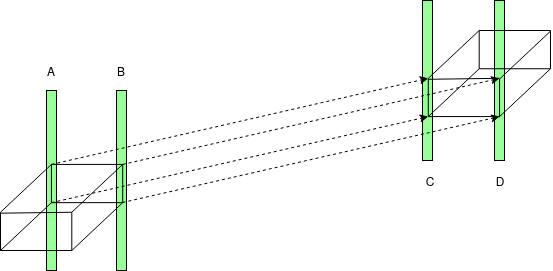
Soockee/bachelor-thesis keeps this draw.io diagram as img/Problembeschreibung/flamegraph_3D_closing.png. Above is the earlier version. Source tidied: cells renumbered, new cells last; positions are measured from the earlier drawing's top-left corner, leaving out a move shared by most shapes.
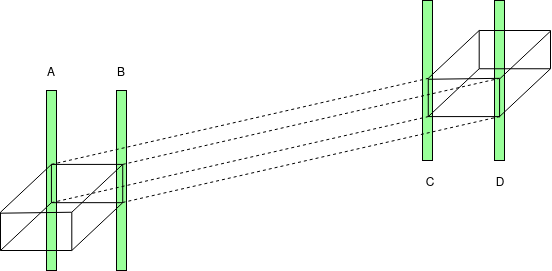
The same diagram one commit later.

What changed in the source:
```diff
@@ -134,25 +134,25 @@
         <mxPoint x="478.7" y="30" as="targetPoint" />
       </mxGeometry>
     </mxCell>
-    <mxCell id="26" style="endArrow=classic;html=1;dashed=1;" parent="1" edge="1">
+    <mxCell id="26" style="endArrow=none;html=1;dashed=1;endFill=0;" parent="1" edge="1">
       <mxGeometry relative="1" as="geometry">
         <mxPoint x="50.9" y="202.2" as="sourcePoint" />
         <mxPoint x="427.8" y="116.1" as="targetPoint" />
       </mxGeometry>
     </mxCell>
-    <mxCell id="27" style="endArrow=classic;html=1;dashed=1;" parent="1" edge="1">
+    <mxCell id="27" style="endArrow=none;html=1;dashed=1;endFill=0;" parent="1" edge="1">
       <mxGeometry relative="1" as="geometry">
         <mxPoint x="122" y="202" as="sourcePoint" />
         <mxPoint x="499.1" y="116.1" as="targetPoint" />
       </mxGeometry>
     </mxCell>
-    <mxCell id="28" style="endArrow=classic;html=1;dashed=1;" parent="1" edge="1">
+    <mxCell id="28" style="endArrow=none;html=1;dashed=1;endFill=0;" parent="1" edge="1">
       <mxGeometry relative="1" as="geometry">
         <mxPoint x="122.2" y="163.9" as="sourcePoint" />
         <mxPoint x="499.1" y="77.8" as="targetPoint" />
       </mxGeometry>
     </mxCell>
-    <mxCell id="29" style="endArrow=classic;html=1;dashed=1;" parent="1" edge="1">
+    <mxCell id="29" style="endArrow=none;html=1;dashed=1;endFill=0;" parent="1" edge="1">
       <mxGeometry relative="1" as="geometry">
         <mxPoint x="50.9" y="163.9" as="sourcePoint" />
         <mxPoint x="427.8" y="77.8" as="targetPoint" />
```
